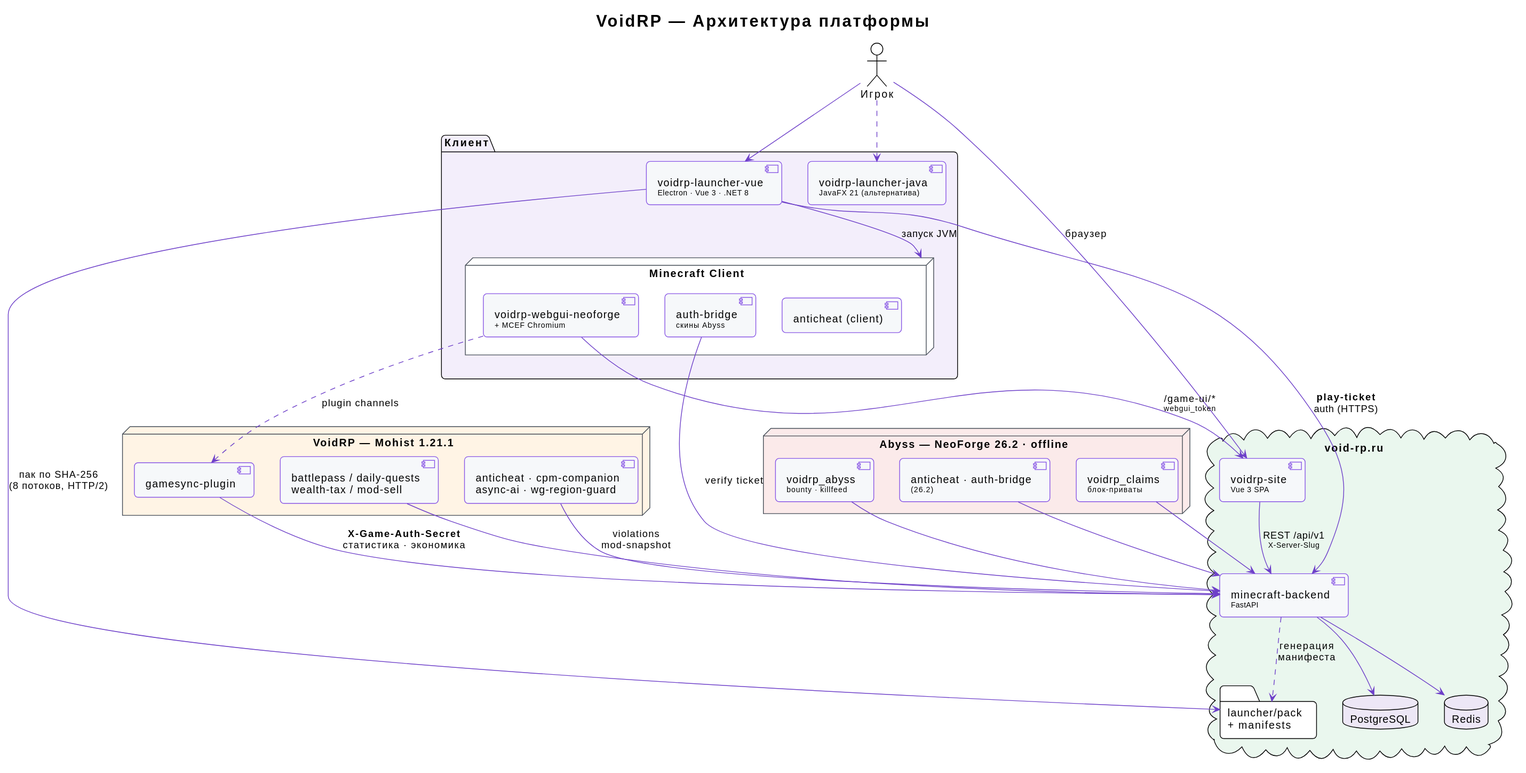
Above: profile/diagrams/architecture.svg in VOIDRP-MINECRAFT/.github (PlantUML), before the change.
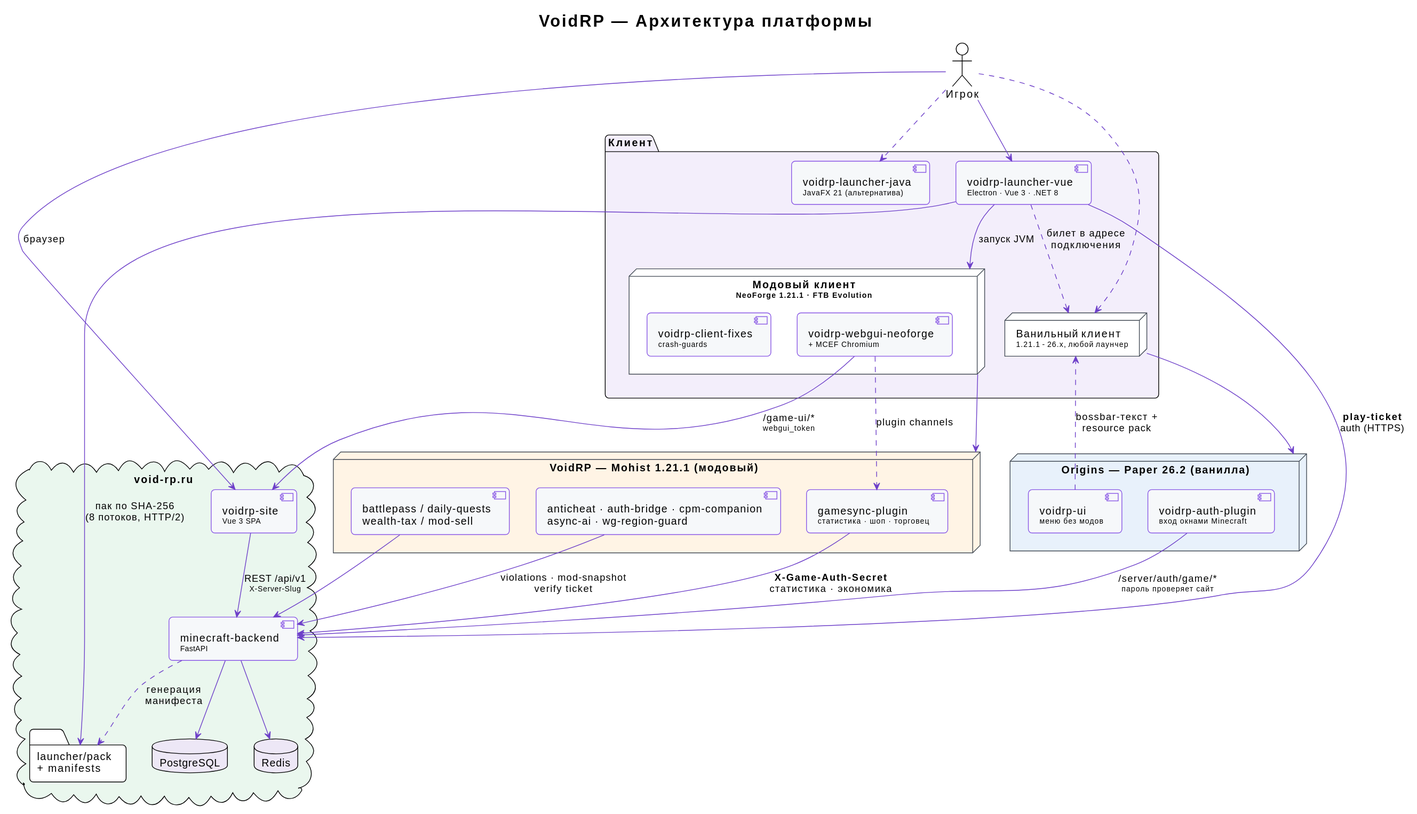
After the change.

Commit message:
docs(profile): refresh org page for every repo; Origins instead of Abyss (#1)

Change to the diagram source:
```diff
@@ -16,11 +16,11 @@
 package "Клиент" #F3EEFB {
   component "voidrp-launcher-vue\n<size:10>Electron · Vue 3 · .NET 8</size>" as launcher
   component "voidrp-launcher-java\n<size:10>JavaFX 21 (альтернатива)</size>" as launcherj
-  node "Minecraft Client" as mc {
+  node "Модовый клиент\n<size:10>NeoForge 1.21.1 · FTB Evolution</size>" as mc {
     component "voidrp-webgui-neoforge\n<size:10>+ MCEF Chromium</size>" as wgui
-    component "auth-bridge\n<size:10>скины Abyss</size>" as authbridge
-    component "anticheat (client)" as acc
+    component "voidrp-client-fixes\n<size:10>crash-guards</size>" as cfix
   }
+  node "Ванильный клиент\n<size:10>1.21.1 - 26.x, любой лаунчер</size>" as vmc
 }
 
 cloud "void-rp.ru" #EAF7EE {
@@ -31,23 +31,24 @@
   folder "launcher/pack\n+ manifests" as packs
 }
 
-node "VoidRP — Mohist 1.21.1" as srv1 #FFF4E5 {
-  component "gamesync-plugin" as gsync
+node "VoidRP — Mohist 1.21.1 (модовый)" as srv1 #FFF4E5 {
+  component "gamesync-plugin\n<size:10>статистика · шоп · торговец</size>" as gsync
   component "battlepass / daily-quests\nwealth-tax / mod-sell" as econ
-  component "anticheat · cpm-companion\nasync-ai · wg-region-guard" as srvmods1
+  component "anticheat · auth-bridge · cpm-companion\nasync-ai · wg-region-guard" as srvmods1
 }
 
-node "Abyss — NeoForge 26.2 · offline" as srv2 #FBEAEA {
-  component "voidrp_claims\n<size:10>блок-приваты</size>" as claims
-  component "voidrp_abyss\n<size:10>bounty · killfeed</size>" as abyss
-  component "anticheat · auth-bridge\n<size:10>(26.2)</size>" as srvmods2
+node "Origins — Paper 26.2 (ванилла)" as srv2 #E8F1FB {
+  component "voidrp-auth-plugin\n<size:10>вход окнами Minecraft</size>" as authp
+  component "voidrp-ui\n<size:10>меню без модов</size>" as vui
 }
 
 player --> launcher
 player ..> launcherj
+player ..> vmc
 launcher --> backend : <b>play-ticket</b>\nauth (HTTPS)
 launcher --> packs : пак по SHA-256\n(8 потоков, HTTP/2)
 launcher --> mc : запуск JVM
+launcher ..> vmc : билет в адресе\nподключения
 player --> site : браузер
 
 site --> backend : REST /api/v1\n<size:10>X-Server-Slug</size>
@@ -55,14 +56,15 @@
 backend --> redis
 backend ..> packs : генерация\nманифеста
 
+mc --> srv1
+vmc --> srv2
+
 gsync --> backend : <b>X-Game-Auth-Secret</b>\nстатистика · экономика
 econ --> backend
-srvmods1 --> backend : violations\nmod-snapshot
-claims --> backend
-abyss --> backend
-srvmods2 --> backend
+srvmods1 --> backend : violations · mod-snapshot\nverify ticket
+authp --> backend : /server/auth/game/*\n<size:10>пароль проверяет сайт</size>
+vui ..> vmc : bossbar-текст +\nresource pack
 
 wgui ..> gsync : plugin channels
 wgui --> site : /game-ui/*\n<size:10>webgui_token</size>
-authbridge --> backend : verify ticket
 @enduml
```
